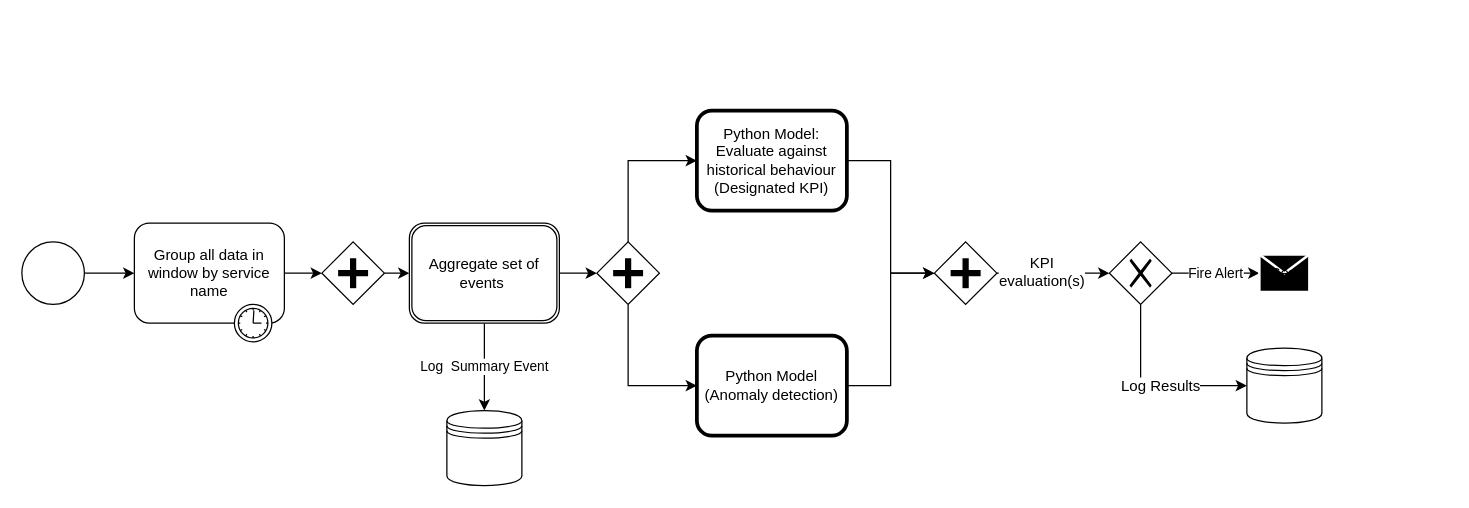
jdbennet2001/draw.io keeps this draw.io diagram as Untitled Diagram.drawio. Above is the earlier version. Source tidied: cells renumbered, new cells numbered last; positions are measured from the earlier drawing's top-left corner, leaving out a move shared by most shapes. Both pictures are drawn from the tidied source at 125%, with x=0, y=0 at pixel (21, 110).
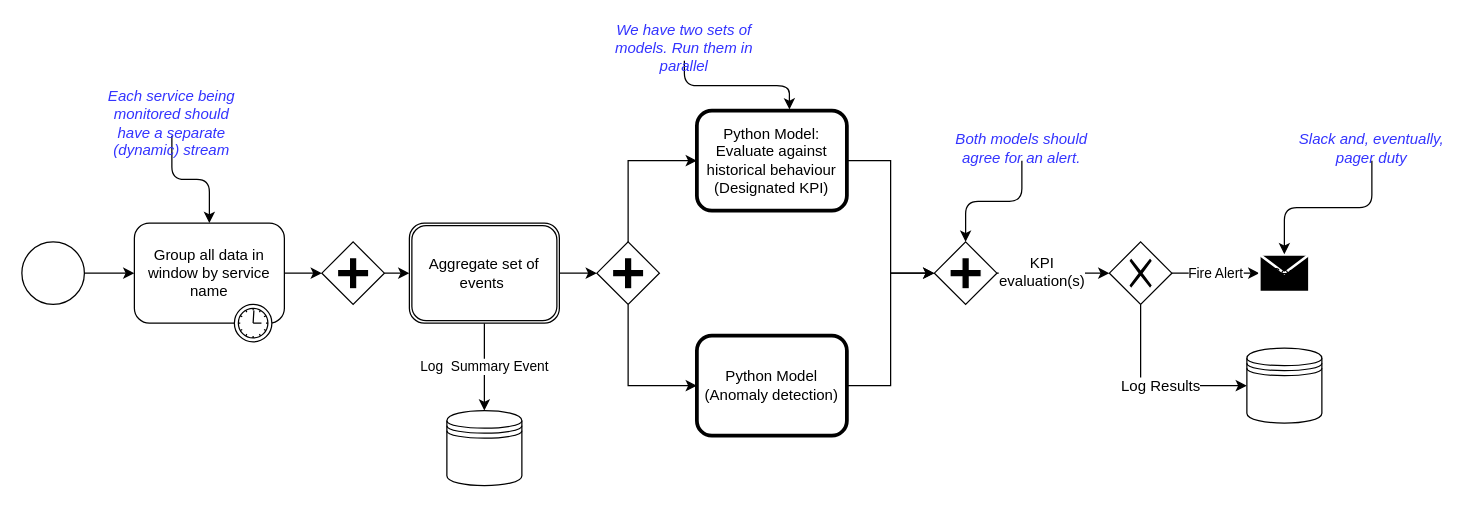
After the change.

The change refers to these unchanged cells:
```xml
<mxCell id="3" value="Group all data in window by service name" style="html=1;whiteSpace=wrap;rounded=1;" parent="1" vertex="1">
  <mxGeometry x="90" y="90" width="120" height="80" as="geometry" />
</mxCell>
<mxCell id="8" value="Python Model:&lt;br&gt;Evaluate against historical behaviour&lt;br&gt;(Designated KPI)" style="shape=ext;rounded=1;html=1;whiteSpace=wrap;strokeWidth=3;" parent="1" vertex="1">
  <mxGeometry x="540" width="120" height="80" as="geometry" />
</mxCell>
<mxCell id="22" style="shape=mxgraph.bpmn.shape;html=1;verticalLabelPosition=bottom;labelBackgroundColor=#ffffff;verticalAlign=top;align=center;perimeter=rhombusPerimeter;background=gateway;outlineConnect=0;outline=none;symbol=parallelGw;" parent="1" vertex="1">
  <mxGeometry x="730" y="105" width="50" height="50" as="geometry" />
</mxCell>
<mxCell id="27" value="Sen" style="shape=message;whiteSpace=wrap;html=1;outlineConnect=0;fillColor=#000000;strokeColor=#ffffff;strokeWidth=2;" parent="1" vertex="1">
  <mxGeometry x="990" y="115" width="40" height="30" as="geometry" />
</mxCell>
```

What changed in the source:
```diff
@@
+    <mxCell id="29" style="edgeStyle=orthogonalEdgeStyle;rounded=1;jettySize=auto;html=1;entryX=0.5;entryY=0;entryDx=0;entryDy=0;fontColor=#3333FF;" parent="1" edge="1" source="30" target="22">
+      <mxGeometry relative="1" as="geometry" />
+    </mxCell>
+    <mxCell id="30" value="&lt;i&gt;Both models should agree for an alert.&lt;/i&gt;" style="text;html=1;strokeColor=none;fillColor=none;align=center;verticalAlign=middle;whiteSpace=wrap;rounded=0;fontColor=#3333FF;" parent="1" vertex="1">
+      <mxGeometry x="740" y="20" width="120" height="20" as="geometry" />
+    </mxCell>
+    <mxCell id="31" style="edgeStyle=orthogonalEdgeStyle;rounded=1;jettySize=auto;html=1;entryX=0.617;entryY=-0.012;entryDx=0;entryDy=0;entryPerimeter=0;fontColor=#3333FF;" parent="1" edge="1" source="32" target="8">
+      <mxGeometry relative="1" as="geometry" />
+    </mxCell>
+    <mxCell id="32" value="&lt;i&gt;We have two sets of models. Run them in parallel&lt;/i&gt;" style="text;html=1;strokeColor=none;fillColor=none;align=center;verticalAlign=middle;whiteSpace=wrap;rounded=0;fontColor=#3333FF;" parent="1" vertex="1">
+      <mxGeometry x="470" y="-60" width="120" height="20" as="geometry" />
+    </mxCell>
+    <mxCell id="33" style="edgeStyle=orthogonalEdgeStyle;rounded=1;jettySize=auto;html=1;entryX=0.5;entryY=0;entryDx=0;entryDy=0;fontColor=#3333FF;" parent="1" edge="1" source="34" target="27">
+      <mxGeometry relative="1" as="geometry" />
+    </mxCell>
+    <mxCell id="34" value="&lt;i&gt;Slack and, eventually, pager duty&lt;/i&gt;" style="text;html=1;strokeColor=none;fillColor=none;align=center;verticalAlign=middle;whiteSpace=wrap;rounded=0;fontColor=#3333FF;" parent="1" vertex="1">
+      <mxGeometry x="1020" y="20" width="120" height="20" as="geometry" />
+    </mxCell>
+    <mxCell id="35" style="edgeStyle=orthogonalEdgeStyle;rounded=1;jettySize=auto;html=1;entryX=0.5;entryY=0;entryDx=0;entryDy=0;fontColor=#3333FF;" parent="1" edge="1" source="36" target="3">
+      <mxGeometry relative="1" as="geometry" />
+    </mxCell>
+    <mxCell id="36" value="&lt;i&gt;Each service being monitored should have a separate (dynamic) stream&lt;/i&gt;" style="text;html=1;strokeColor=none;fillColor=none;align=center;verticalAlign=middle;whiteSpace=wrap;rounded=0;fontColor=#3333FF;" parent="1" vertex="1">
+      <mxGeometry x="60" width="120" height="20" as="geometry" />
+    </mxCell>
```
